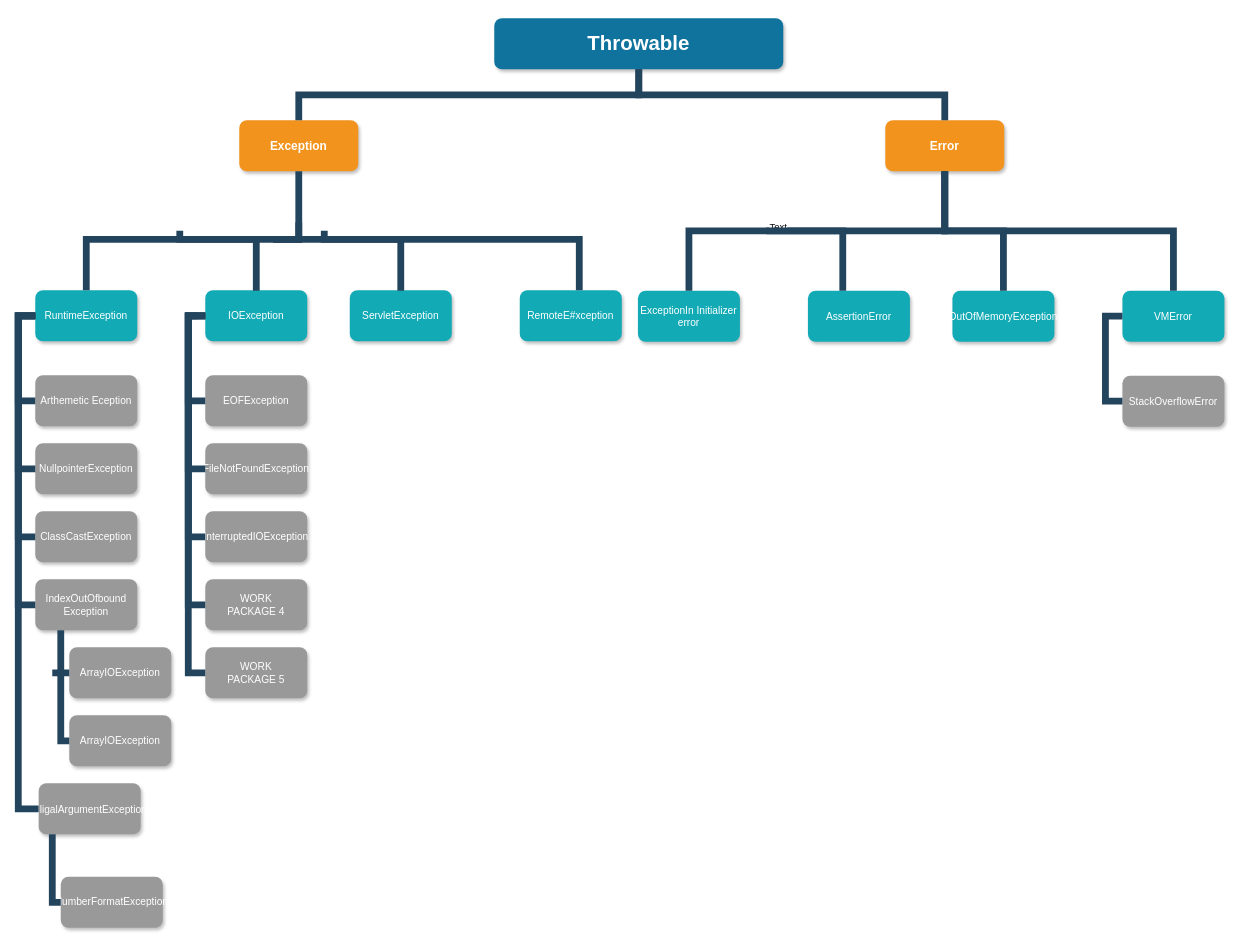
Earlier version of the draw.io diagram Exception Heirachy.drawio (hari9908/HTML). Source tidied: cells renumbered, new cells numbered last; positions are measured from the earlier drawing's top-left corner, leaving out a move shared by most shapes. Both pictures are drawn from the tidied source at 85%, with x=0, y=0 at pixel (18, 18).
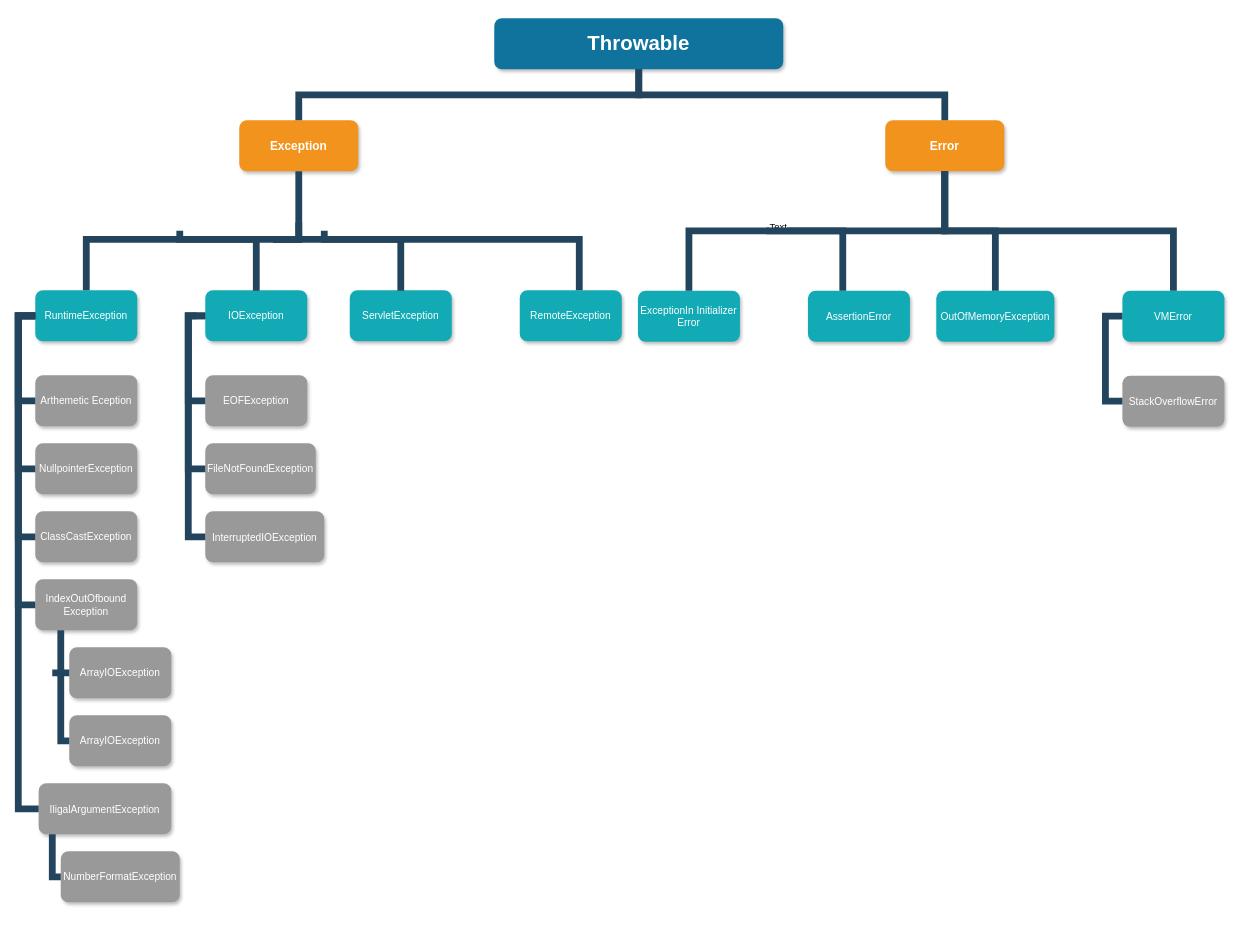
The same page after the edit.

Unchanged cells that the change refers to:
```xml
<mxCell id="6" value="IOException" style="whiteSpace=wrap;rounded=1;fillColor=#12AAB5;strokeColor=none;shadow=1;fontColor=#FFFFFF;" parent="1" vertex="1">
  <mxGeometry x="220" y="320" width="120" height="60" as="geometry" />
</mxCell>
```

The edit, as a diff of the source:
```diff
@@
-    <mxCell id="11" value="ItlligalArgumentException" style="rounded=1;fillColor=#999999;strokeColor=none;shadow=1;fontColor=#FFFFFF;fontStyle=0;" parent="1" vertex="1">
-      <mxGeometry x="24" y="900" width="120" height="60" as="geometry" />
+    <mxCell id="11" value="IligalArgumentException" style="rounded=1;fillColor=#999999;strokeColor=none;shadow=1;fontColor=#FFFFFF;fontStyle=0;" parent="1" vertex="1">
+      <mxGeometry x="24" y="900" width="156" height="60" as="geometry" />
     </mxCell>
@@
     <mxCell id="13" value="FileNotFoundException" style="whiteSpace=wrap;rounded=1;fillColor=#999999;strokeColor=none;shadow=1;fontColor=#FFFFFF;fontStyle=0;" parent="1" vertex="1">
-      <mxGeometry x="220" y="500" width="120" height="60" as="geometry" />
+      <mxGeometry x="220" y="500" width="130" height="60" as="geometry" />
     </mxCell>
-    <mxCell id="14" value="InterruptedIOException" style="whiteSpace=wrap;rounded=1;fillColor=#999999;strokeColor=none;shadow=1;fontColor=#FFFFFF;fontStyle=0;" parent="1" vertex="1">
-      <mxGeometry x="220" y="580" width="120" height="60" as="geometry" />
+    <mxCell id="14" value="InterruptedIOException" style="rounded=1;fillColor=#999999;strokeColor=none;shadow=1;fontColor=#FFFFFF;fontStyle=0;" parent="1" vertex="1">
+      <mxGeometry x="220" y="580" width="140" height="60" as="geometry" />
     </mxCell>
-    <mxCell id="15" value="WORK&#10;PACKAGE 4" style="whiteSpace=wrap;rounded=1;fillColor=#999999;strokeColor=none;shadow=1;fontColor=#FFFFFF;fontStyle=0;" parent="1" vertex="1">
-      <mxGeometry x="220" y="660" width="120" height="60" as="geometry" />
-    </mxCell>
-    <mxCell id="16" value="WORK&#10;PACKAGE 5" style="whiteSpace=wrap;rounded=1;fillColor=#999999;strokeColor=none;shadow=1;fontColor=#FFFFFF;fontStyle=0;" parent="1" vertex="1">
-      <mxGeometry x="220" y="740" width="120" height="60" as="geometry" />
-    </mxCell>
@@
-    <mxCell id="18" value="RemoteE#xception" style="whiteSpace=wrap;rounded=1;fillColor=#12AAB5;strokeColor=none;shadow=1;fontColor=#FFFFFF;" parent="1" vertex="1">
+    <mxCell id="18" value="RemoteException" style="whiteSpace=wrap;rounded=1;fillColor=#12AAB5;strokeColor=none;shadow=1;fontColor=#FFFFFF;" parent="1" vertex="1">
       <mxGeometry x="590" y="320" width="120" height="60" as="geometry" />
     </mxCell>
@@
-    <mxCell id="27" style="edgeStyle=elbowEdgeStyle;elbow=horizontal;rounded=0;fontColor=#000000;endArrow=none;endFill=0;strokeWidth=8;strokeColor=#23445D;" parent="1" edge="1" source="6" target="16">
-      <mxGeometry relative="1" as="geometry">
-        <Array as="points">
-          <mxPoint x="200" y="560" />
-        </Array>
-      </mxGeometry>
-    </mxCell>
-    <mxCell id="28" style="edgeStyle=elbowEdgeStyle;elbow=horizontal;rounded=0;fontColor=#000000;endArrow=none;endFill=0;strokeWidth=8;strokeColor=#23445D;" parent="1" edge="1" source="6" target="15">
-      <mxGeometry relative="1" as="geometry">
-        <Array as="points">
-          <mxPoint x="200" y="520" />
-        </Array>
-      </mxGeometry>
-    </mxCell>
@@
-    <mxCell id="32" value="ExceptionIn Initializer error" style="whiteSpace=wrap;rounded=1;fillColor=#12AAB5;strokeColor=none;shadow=1;fontColor=#FFFFFF;" parent="1" vertex="1">
+    <mxCell id="32" value="ExceptionIn Initializer Error" style="whiteSpace=wrap;rounded=1;fillColor=#12AAB5;strokeColor=none;shadow=1;fontColor=#FFFFFF;" parent="1" vertex="1">
       <mxGeometry x="729" y="320.5" width="120" height="60" as="geometry" />
     </mxCell>
@@
     <mxCell id="34" value="OutOfMemoryException" style="whiteSpace=wrap;rounded=1;fillColor=#12AAB5;strokeColor=none;shadow=1;fontColor=#FFFFFF;" parent="1" vertex="1">
-      <mxGeometry x="1099" y="320.5" width="120" height="60" as="geometry" />
+      <mxGeometry x="1080" y="320.5" width="139" height="60" as="geometry" />
     </mxCell>
@@
-    <mxCell id="48" value="NumberFormatException" style="whiteSpace=wrap;rounded=1;fillColor=#999999;strokeColor=none;shadow=1;fontColor=#FFFFFF;fontStyle=0;" parent="1" vertex="1">
-      <mxGeometry x="50" y="1010" width="120" height="60" as="geometry" />
+    <mxCell id="48" value="NumberFormatException" style="whiteSpace=wrap;rounded=1;fillColor=#999999;strokeColor=none;shadow=1;fontColor=#FFFFFF;fontStyle=0;align=center;" parent="1" vertex="1">
+      <mxGeometry x="50" y="980" width="140" height="60" as="geometry" />
     </mxCell>
```
